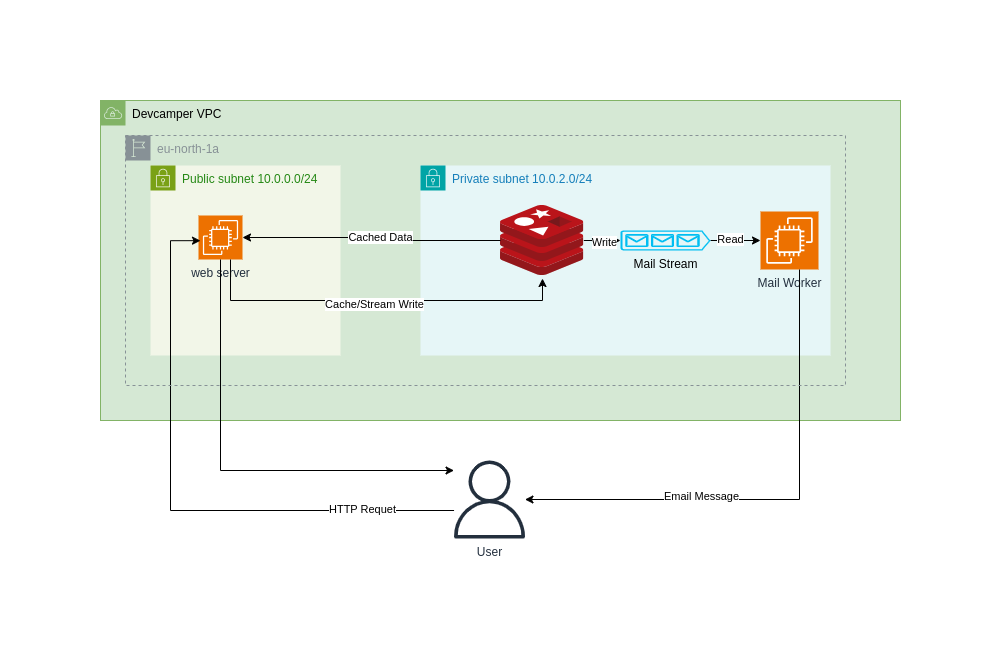
Before: Devcamper Architectural Diagram with region.png, a diagram exported from draw.io (SymonMuchemi/DevCamper-API). Source tidied: cells renumbered, new cells last; positions are measured from the earlier drawing's top-left corner, leaving out a move shared by most shapes. The source it was exported from:
```xml
<mxGraphModel>
  <root>
    <mxCell id="0" />
    <mxCell id="1" parent="0" />
    <mxCell id="2" value="Devcamper VPC" style="sketch=0;outlineConnect=0;html=1;whiteSpace=wrap;fontSize=12;fontStyle=0;shape=mxgraph.aws4.group;grIcon=mxgraph.aws4.group_vpc;strokeColor=#82b366;fillColor=#d5e8d4;verticalAlign=top;align=left;spacingLeft=30;dashed=0;" parent="1" vertex="1">
      <mxGeometry width="800" height="320" as="geometry" />
    </mxCell>
    <mxCell id="3" value="Private subnet 10.0.2.0/24" style="gradientColor=none;html=1;whiteSpace=wrap;fontSize=12;fontStyle=0;shape=mxgraph.aws4.group;grIcon=mxgraph.aws4.group_security_group;grStroke=0;strokeColor=#00A4A6;fillColor=#E6F6F7;verticalAlign=top;align=left;spacingLeft=30;fontColor=#147EBA;dashed=0;" parent="1" vertex="1">
      <mxGeometry x="320" y="65" width="410" height="190" as="geometry" />
    </mxCell>
    <mxCell id="4" style="image;sketch=0;html=1;points=[];align=center;fontSize=12;image=img/lib/mscae/Cache_Redis_Product.svg;" parent="3" vertex="1">
      <mxGeometry x="80" y="40" width="83.3" height="70" as="geometry" />
    </mxCell>
    <mxCell id="5" value="Mail Worker" style="sketch=0;points=[[0,0,0],[0.25,0,0],[0.5,0,0],[0.75,0,0],[1,0,0],[0,1,0],[0.25,1,0],[0.5,1,0],[0.75,1,0],[1,1,0],[0,0.25,0],[0,0.5,0],[0,0.75,0],[1,0.25,0],[1,0.5,0],[1,0.75,0]];outlineConnect=0;fontColor=#232F3E;fillColor=#ED7100;strokeColor=#ffffff;dashed=0;verticalLabelPosition=bottom;verticalAlign=top;align=center;html=1;fontSize=12;fontStyle=0;shape=mxgraph.aws4.resourceIcon;resIcon=mxgraph.aws4.ec2;" parent="3" vertex="1">
      <mxGeometry x="340" y="46" width="58" height="58" as="geometry" />
    </mxCell>
    <mxCell id="6" style="edgeStyle=orthogonalEdgeStyle;rounded=0;jettySize=auto;html=1;" parent="3" edge="1" source="8" target="5">
      <mxGeometry relative="1" as="geometry" />
    </mxCell>
    <mxCell id="7" value="Read" style="edgeLabel;html=1;align=center;verticalAlign=middle;" parent="6" vertex="1">
      <mxGeometry x="-0.26" y="2" relative="1" as="geometry" />
    </mxCell>
    <mxCell id="8" value="Mail Stream" style="verticalLabelPosition=bottom;html=1;verticalAlign=top;align=center;strokeColor=none;fillColor=#00BEF2;shape=mxgraph.azure.queue_generic;" parent="3" vertex="1">
      <mxGeometry x="200" y="65" width="90" height="20" as="geometry" />
    </mxCell>
    <mxCell id="9" style="edgeStyle=orthogonalEdgeStyle;rounded=0;jettySize=auto;html=1;entryX=0;entryY=0.5;entryDx=0;entryDy=0;entryPerimeter=0;" parent="3" edge="1" source="4" target="8">
      <mxGeometry relative="1" as="geometry" />
    </mxCell>
    <mxCell id="10" value="Write" style="edgeLabel;html=1;align=center;verticalAlign=middle;" parent="9" vertex="1">
      <mxGeometry x="-0.1" y="1" relative="1" as="geometry" />
    </mxCell>
    <mxCell id="11" value="Public subnet 10.0.0.0/24" style="gradientColor=none;html=1;whiteSpace=wrap;fontSize=12;fontStyle=0;shape=mxgraph.aws4.group;grIcon=mxgraph.aws4.group_security_group;grStroke=0;strokeColor=#7AA116;fillColor=#F2F6E8;verticalAlign=top;align=left;spacingLeft=30;fontColor=#248814;dashed=0;" parent="1" vertex="1">
      <mxGeometry x="50" y="65" width="190" height="190" as="geometry" />
    </mxCell>
    <mxCell id="12" value="web server" style="sketch=0;points=[[0,0,0],[0.25,0,0],[0.5,0,0],[0.75,0,0],[1,0,0],[0,1,0],[0.25,1,0],[0.5,1,0],[0.75,1,0],[1,1,0],[0,0.25,0],[0,0.5,0],[0,0.75,0],[1,0.25,0],[1,0.5,0],[1,0.75,0]];outlineConnect=0;fontColor=#232F3E;fillColor=#ED7100;strokeColor=#ffffff;dashed=0;verticalLabelPosition=bottom;verticalAlign=top;align=center;html=1;fontSize=12;fontStyle=0;shape=mxgraph.aws4.resourceIcon;resIcon=mxgraph.aws4.ec2;" parent="11" vertex="1">
      <mxGeometry x="48" y="50" width="44" height="44" as="geometry" />
    </mxCell>
    <mxCell id="13" value="User" style="sketch=0;outlineConnect=0;fontColor=#232F3E;gradientColor=none;fillColor=#232F3D;strokeColor=none;dashed=0;verticalLabelPosition=bottom;verticalAlign=top;align=center;html=1;fontSize=12;fontStyle=0;shape=mxgraph.aws4.user;" parent="1" vertex="1">
      <mxGeometry x="350" y="360" width="78" height="78" as="geometry" />
    </mxCell>
    <mxCell id="14" style="edgeStyle=orthogonalEdgeStyle;rounded=0;jettySize=auto;html=1;" parent="1" edge="1" source="4" target="12">
      <mxGeometry relative="1" as="geometry" />
    </mxCell>
    <mxCell id="15" value="Cached Data" style="edgeLabel;html=1;align=center;verticalAlign=middle;labelBackgroundColor=default;" parent="14" vertex="1">
      <mxGeometry x="-0.07" y="-4" relative="1" as="geometry" />
    </mxCell>
    <mxCell id="16" style="edgeStyle=orthogonalEdgeStyle;rounded=0;jettySize=auto;html=1;entryX=0.125;entryY=0.438;entryDx=0;entryDy=0;entryPerimeter=0;" parent="1" edge="1" source="13" target="2">
      <mxGeometry relative="1" as="geometry">
        <Array as="points">
          <mxPoint x="70" y="410" />
          <mxPoint x="70" y="140" />
        </Array>
      </mxGeometry>
    </mxCell>
    <mxCell id="17" value="HTTP Requet" style="edgeLabel;html=1;align=center;verticalAlign=middle;" parent="16" vertex="1">
      <mxGeometry x="-0.69" y="-2" relative="1" as="geometry" />
    </mxCell>
    <mxCell id="18" style="edgeStyle=orthogonalEdgeStyle;rounded=0;jettySize=auto;html=1;" parent="1" edge="1" source="5" target="13">
      <mxGeometry relative="1" as="geometry">
        <Array as="points">
          <mxPoint x="699" y="399" />
        </Array>
      </mxGeometry>
    </mxCell>
    <mxCell id="19" value="Email Message" style="edgeLabel;html=1;align=center;verticalAlign=middle;" parent="18" vertex="1">
      <mxGeometry x="0.3" y="-4" relative="1" as="geometry" />
    </mxCell>
    <mxCell id="20" style="edgeStyle=orthogonalEdgeStyle;rounded=0;jettySize=auto;html=1;" parent="1" edge="1" source="12" target="13">
      <mxGeometry relative="1" as="geometry">
        <Array as="points">
          <mxPoint x="120" y="370" />
        </Array>
      </mxGeometry>
    </mxCell>
    <mxCell id="21" style="edgeStyle=orthogonalEdgeStyle;rounded=0;jettySize=auto;html=1;entryX=0.504;entryY=1.043;entryDx=0;entryDy=0;entryPerimeter=0;" parent="1" edge="1" source="12" target="4">
      <mxGeometry relative="1" as="geometry">
        <Array as="points">
          <mxPoint x="130" y="200" />
          <mxPoint x="442" y="200" />
        </Array>
      </mxGeometry>
    </mxCell>
    <mxCell id="22" value="Cache/Stream Write" style="edgeLabel;html=1;align=center;verticalAlign=middle;" parent="21" vertex="1">
      <mxGeometry x="-0.02" y="-3" relative="1" as="geometry" />
    </mxCell>
    <mxCell id="23" value="eu-north-1a" style="sketch=0;gradientColor=none;html=1;whiteSpace=wrap;fontSize=12;fontStyle=0;shape=mxgraph.aws4.group;grIcon=mxgraph.aws4.group_region;strokeColor=#879196;fillColor=none;verticalAlign=top;align=left;spacingLeft=30;fontColor=#879196;dashed=1;" parent="1" vertex="1">
      <mxGeometry x="25" y="35" width="720" height="250" as="geometry" />
    </mxCell>
  </root>
</mxGraphModel>
```
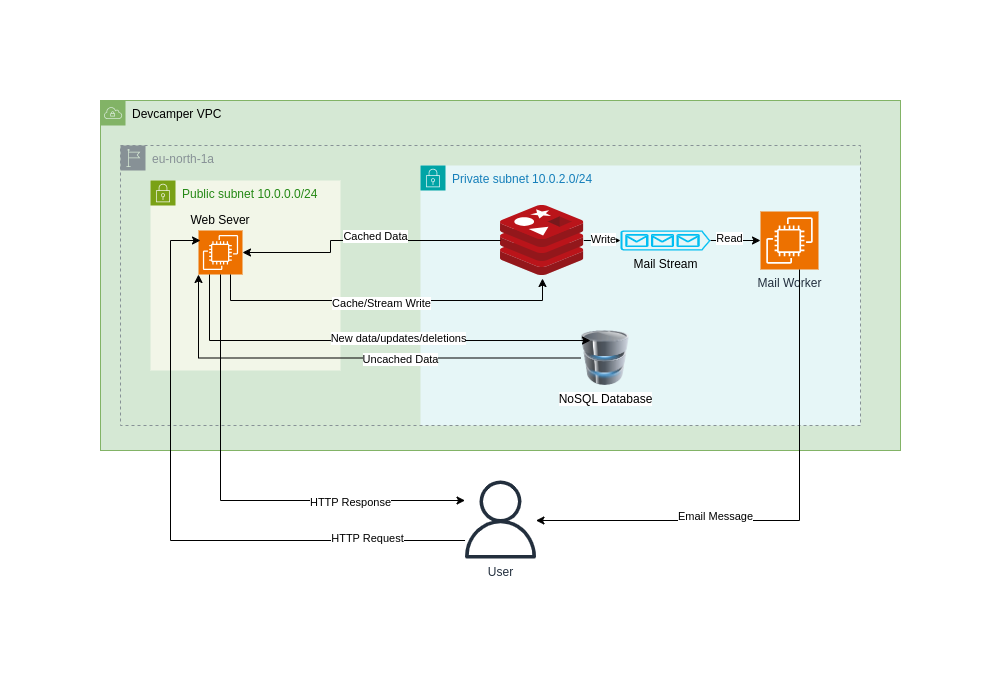
After the commit.

Commit message:
doc: update README.md for improved clarity and add infrastructure details

Diff of the diagram source:
```diff
@@ -3,10 +3,10 @@
     <mxCell id="0" />
     <mxCell id="1" parent="0" />
     <mxCell id="2" value="Devcamper VPC" style="sketch=0;outlineConnect=0;html=1;whiteSpace=wrap;fontSize=12;fontStyle=0;shape=mxgraph.aws4.group;grIcon=mxgraph.aws4.group_vpc;strokeColor=#82b366;fillColor=#d5e8d4;verticalAlign=top;align=left;spacingLeft=30;dashed=0;" parent="1" vertex="1">
-      <mxGeometry width="800" height="320" as="geometry" />
+      <mxGeometry width="800" height="350" as="geometry" />
     </mxCell>
     <mxCell id="3" value="Private subnet 10.0.2.0/24" style="gradientColor=none;html=1;whiteSpace=wrap;fontSize=12;fontStyle=0;shape=mxgraph.aws4.group;grIcon=mxgraph.aws4.group_security_group;grStroke=0;strokeColor=#00A4A6;fillColor=#E6F6F7;verticalAlign=top;align=left;spacingLeft=30;fontColor=#147EBA;dashed=0;" parent="1" vertex="1">
-      <mxGeometry x="320" y="65" width="410" height="190" as="geometry" />
+      <mxGeometry x="320" y="65" width="440" height="260" as="geometry" />
     </mxCell>
     <mxCell id="4" style="image;sketch=0;html=1;points=[];align=center;fontSize=12;image=img/lib/mscae/Cache_Redis_Product.svg;" parent="3" vertex="1">
       <mxGeometry x="80" y="40" width="83.3" height="70" as="geometry" />
@@ -29,36 +29,78 @@
     <mxCell id="10" value="Write" style="edgeLabel;html=1;align=center;verticalAlign=middle;" parent="9" vertex="1">
       <mxGeometry x="-0.1" y="1" relative="1" as="geometry" />
     </mxCell>
+    <mxCell id="23" value="eu-north-1a" style="sketch=0;gradientColor=none;html=1;whiteSpace=wrap;fontSize=12;fontStyle=0;shape=mxgraph.aws4.group;grIcon=mxgraph.aws4.group_region;strokeColor=#879196;fillColor=none;verticalAlign=top;align=left;spacingLeft=30;fontColor=#879196;dashed=1;" parent="3" vertex="1">
+      <mxGeometry x="-300" y="-20" width="740" height="280" as="geometry" />
+    </mxCell>
+    <mxCell id="24" value="NoSQL Database" style="image;html=1;image=img/lib/clip_art/computers/Database_128x128.png;" parent="3" vertex="1">
+      <mxGeometry x="160" y="165" width="50" height="55" as="geometry" />
+    </mxCell>
-    <mxCell id="11" value="Public subnet 10.0.0.0/24" style="gradientColor=none;html=1;whiteSpace=wrap;fontSize=12;fontStyle=0;shape=mxgraph.aws4.group;grIcon=mxgraph.aws4.group_security_group;grStroke=0;strokeColor=#7AA116;fillColor=#F2F6E8;verticalAlign=top;align=left;spacingLeft=30;fontColor=#248814;dashed=0;" parent="1" vertex="1">
-      <mxGeometry x="50" y="65" width="190" height="190" as="geometry" />
+    <mxCell id="11" value="Public subnet 10.0.0.0/24" style="gradientColor=none;html=1;whiteSpace=wrap;fontSize=12;fontStyle=0;shape=mxgraph.aws4.group;grIcon=mxgraph.aws4.group_security_group;grStroke=0;strokeColor=#7AA116;fillColor=#F2F6E8;verticalAlign=top;align=left;spacingLeft=30;fontColor=#248814;dashed=0;" parent="3" vertex="1">
+      <mxGeometry x="-270" y="15" width="190" height="190" as="geometry" />
     </mxCell>
-    <mxCell id="12" value="web server" style="sketch=0;points=[[0,0,0],[0.25,0,0],[0.5,0,0],[0.75,0,0],[1,0,0],[0,1,0],[0.25,1,0],[0.5,1,0],[0.75,1,0],[1,1,0],[0,0.25,0],[0,0.5,0],[0,0.75,0],[1,0.25,0],[1,0.5,0],[1,0.75,0]];outlineConnect=0;fontColor=#232F3E;fillColor=#ED7100;strokeColor=#ffffff;dashed=0;verticalLabelPosition=bottom;verticalAlign=top;align=center;html=1;fontSize=12;fontStyle=0;shape=mxgraph.aws4.resourceIcon;resIcon=mxgraph.aws4.ec2;" parent="11" vertex="1">
+    <mxCell id="12" style="sketch=0;points=[[0,0,0],[0.25,0,0],[0.5,0,0],[0.75,0,0],[1,0,0],[0,1,0],[0.25,1,0],[0.5,1,0],[0.75,1,0],[1,1,0],[0,0.25,0],[0,0.5,0],[0,0.75,0],[1,0.25,0],[1,0.5,0],[1,0.75,0]];outlineConnect=0;fontColor=#232F3E;fillColor=#ED7100;strokeColor=#ffffff;dashed=0;verticalLabelPosition=bottom;verticalAlign=top;align=center;html=1;fontSize=12;fontStyle=0;shape=mxgraph.aws4.resourceIcon;resIcon=mxgraph.aws4.ec2;" parent="11" vertex="1">
       <mxGeometry x="48" y="50" width="44" height="44" as="geometry" />
     </mxCell>
-    <mxCell id="13" value="User" style="sketch=0;outlineConnect=0;fontColor=#232F3E;gradientColor=none;fillColor=#232F3D;strokeColor=none;dashed=0;verticalLabelPosition=bottom;verticalAlign=top;align=center;html=1;fontSize=12;fontStyle=0;shape=mxgraph.aws4.user;" parent="1" vertex="1">
-      <mxGeometry x="350" y="360" width="78" height="78" as="geometry" />
-    </mxCell>
+    <mxCell id="25" value="Web Sever" style="text;html=1;align=center;verticalAlign=middle;whiteSpace=wrap;rounded=0;" parent="11" vertex="1">
+      <mxGeometry x="35" y="25" width="70" height="30" as="geometry" />
+    </mxCell>
-    <mxCell id="14" style="edgeStyle=orthogonalEdgeStyle;rounded=0;jettySize=auto;html=1;" parent="1" edge="1" source="4" target="12">
-      <mxGeometry relative="1" as="geometry" />
+    <mxCell id="14" style="edgeStyle=orthogonalEdgeStyle;rounded=0;jettySize=auto;html=1;" parent="3" edge="1" source="4" target="12">
+      <mxGeometry relative="1" as="geometry">
+        <Array as="points">
+          <mxPoint x="-90" y="75" />
+          <mxPoint x="-90" y="87" />
+        </Array>
+      </mxGeometry>
     </mxCell>
     <mxCell id="15" value="Cached Data" style="edgeLabel;html=1;align=center;verticalAlign=middle;labelBackgroundColor=default;" parent="14" vertex="1">
       <mxGeometry x="-0.07" y="-4" relative="1" as="geometry" />
     </mxCell>
+    <mxCell id="21" style="edgeStyle=orthogonalEdgeStyle;rounded=0;jettySize=auto;html=1;entryX=0.504;entryY=1.043;entryDx=0;entryDy=0;entryPerimeter=0;" parent="3" edge="1" source="12" target="4">
+      <mxGeometry relative="1" as="geometry">
+        <Array as="points">
+          <mxPoint x="-190" y="135" />
+          <mxPoint x="122" y="135" />
+        </Array>
+      </mxGeometry>
+    </mxCell>
+    <mxCell id="22" value="Cache/Stream Write" style="edgeLabel;html=1;align=center;verticalAlign=middle;" parent="21" vertex="1">
+      <mxGeometry x="-0.02" y="-3" relative="1" as="geometry" />
+    </mxCell>
+    <mxCell id="26" style="edgeStyle=orthogonalEdgeStyle;rounded=0;jettySize=auto;html=1;entryX=0;entryY=1;entryDx=0;entryDy=0;entryPerimeter=0;" parent="3" edge="1" source="24" target="12">
+      <mxGeometry relative="1" as="geometry" />
+    </mxCell>
+    <mxCell id="27" value="Uncached Data" style="edgeLabel;html=1;align=center;verticalAlign=middle;" parent="26" vertex="1">
+      <mxGeometry x="-0.22" y="1" relative="1" as="geometry" />
+    </mxCell>
+    <mxCell id="28" style="edgeStyle=orthogonalEdgeStyle;rounded=0;jettySize=auto;html=1;exitX=0.25;exitY=1;exitDx=0;exitDy=0;exitPerimeter=0;entryX=0.2;entryY=0.182;entryDx=0;entryDy=0;entryPerimeter=0;" parent="3" edge="1" source="12" target="24">
+      <mxGeometry relative="1" as="geometry">
+        <Array as="points">
+          <mxPoint x="-211" y="175" />
+        </Array>
+      </mxGeometry>
+    </mxCell>
+    <mxCell id="29" value="New data/updates/deletions" style="edgeLabel;html=1;align=center;verticalAlign=middle;" parent="28" vertex="1">
+      <mxGeometry x="0.14" y="2" relative="1" as="geometry" />
+    </mxCell>
+    <mxCell id="13" value="User" style="sketch=0;outlineConnect=0;fontColor=#232F3E;gradientColor=none;fillColor=#232F3D;strokeColor=none;dashed=0;verticalLabelPosition=bottom;verticalAlign=top;align=center;html=1;fontSize=12;fontStyle=0;shape=mxgraph.aws4.user;" parent="1" vertex="1">
+      <mxGeometry x="361" y="380" width="78" height="78" as="geometry" />
+    </mxCell>
-    <mxCell id="16" style="edgeStyle=orthogonalEdgeStyle;rounded=0;jettySize=auto;html=1;entryX=0.125;entryY=0.438;entryDx=0;entryDy=0;entryPerimeter=0;" parent="1" edge="1" source="13" target="2">
+    <mxCell id="16" style="edgeStyle=orthogonalEdgeStyle;rounded=0;jettySize=auto;html=1;" parent="1" edge="1" source="13">
       <mxGeometry relative="1" as="geometry">
+        <mxPoint x="100" y="140" as="targetPoint" />
         <Array as="points">
-          <mxPoint x="70" y="410" />
+          <mxPoint x="70" y="440" />
           <mxPoint x="70" y="140" />
         </Array>
       </mxGeometry>
     </mxCell>
-    <mxCell id="17" value="HTTP Requet" style="edgeLabel;html=1;align=center;verticalAlign=middle;" parent="16" vertex="1">
+    <mxCell id="17" value="HTTP Request" style="edgeLabel;html=1;align=center;verticalAlign=middle;" parent="16" vertex="1">
       <mxGeometry x="-0.69" y="-2" relative="1" as="geometry" />
     </mxCell>
     <mxCell id="18" style="edgeStyle=orthogonalEdgeStyle;rounded=0;jettySize=auto;html=1;" parent="1" edge="1" source="5" target="13">
       <mxGeometry relative="1" as="geometry">
         <Array as="points">
-          <mxPoint x="699" y="399" />
+          <mxPoint x="699" y="420" />
         </Array>
       </mxGeometry>
     </mxCell>
@@ -68,23 +110,12 @@
     <mxCell id="20" style="edgeStyle=orthogonalEdgeStyle;rounded=0;jettySize=auto;html=1;" parent="1" edge="1" source="12" target="13">
       <mxGeometry relative="1" as="geometry">
         <Array as="points">
-          <mxPoint x="120" y="370" />
+          <mxPoint x="120" y="400" />
         </Array>
       </mxGeometry>
     </mxCell>
-    <mxCell id="21" style="edgeStyle=orthogonalEdgeStyle;rounded=0;jettySize=auto;html=1;entryX=0.504;entryY=1.043;entryDx=0;entryDy=0;entryPerimeter=0;" parent="1" edge="1" source="12" target="4">
-      <mxGeometry relative="1" as="geometry">
-        <Array as="points">
-          <mxPoint x="130" y="200" />
-          <mxPoint x="442" y="200" />
-        </Array>
-      </mxGeometry>
-    </mxCell>
-    <mxCell id="22" value="Cache/Stream Write" style="edgeLabel;html=1;align=center;verticalAlign=middle;" parent="21" vertex="1">
-      <mxGeometry x="-0.02" y="-3" relative="1" as="geometry" />
-    </mxCell>
-    <mxCell id="23" value="eu-north-1a" style="sketch=0;gradientColor=none;html=1;whiteSpace=wrap;fontSize=12;fontStyle=0;shape=mxgraph.aws4.group;grIcon=mxgraph.aws4.group_region;strokeColor=#879196;fillColor=none;verticalAlign=top;align=left;spacingLeft=30;fontColor=#879196;dashed=1;" parent="1" vertex="1">
-      <mxGeometry x="25" y="35" width="720" height="250" as="geometry" />
-    </mxCell>
+    <mxCell id="30" value="HTTP Response" style="edgeLabel;html=1;align=center;verticalAlign=middle;" parent="20" vertex="1">
+      <mxGeometry x="0.51" y="-2" relative="1" as="geometry" />
+    </mxCell>
   </root>
 </mxGraphModel>
```
